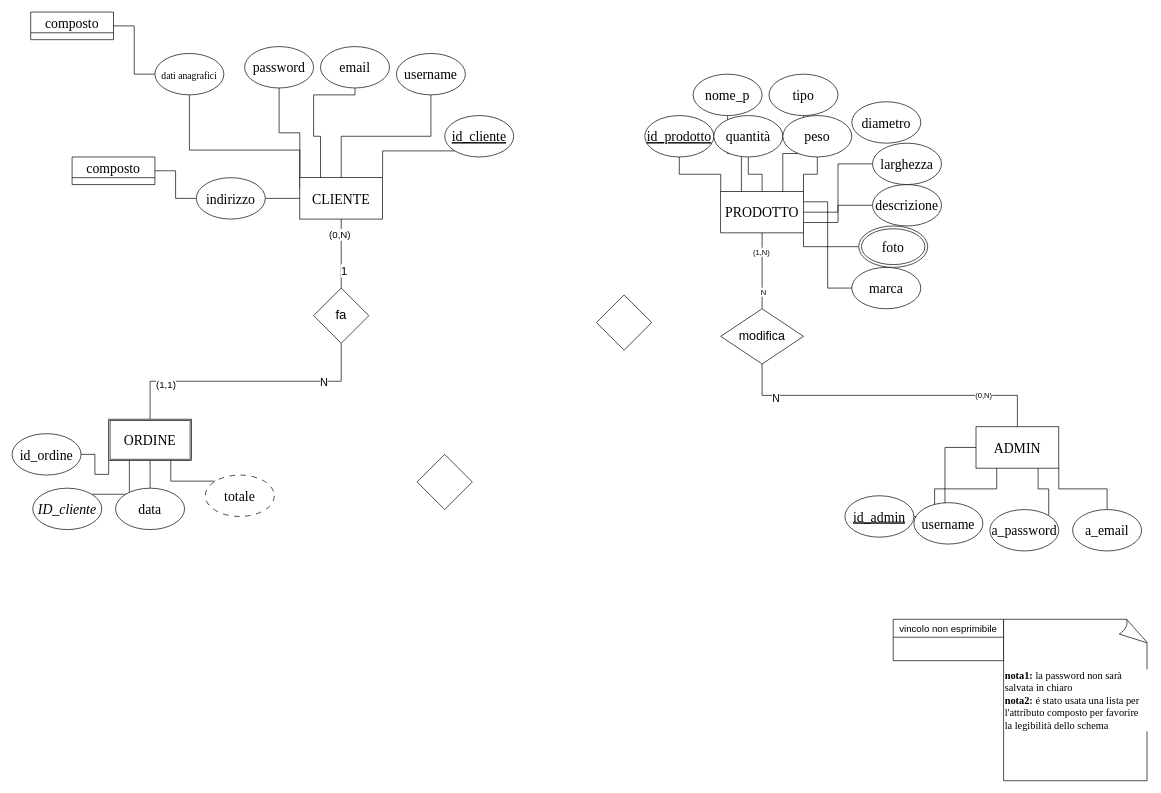
Before: PumpGoDB/Diagramma senza titolo.drawio in neuger24/Pump-Go, a draw.io diagram. Source tidied: cells renumbered, new cells numbered last; positions are measured from the earlier drawing's top-left corner, leaving out a move shared by most shapes. Both pictures are drawn from the tidied source at 69%, with x=0, y=0 at pixel (12, 12).
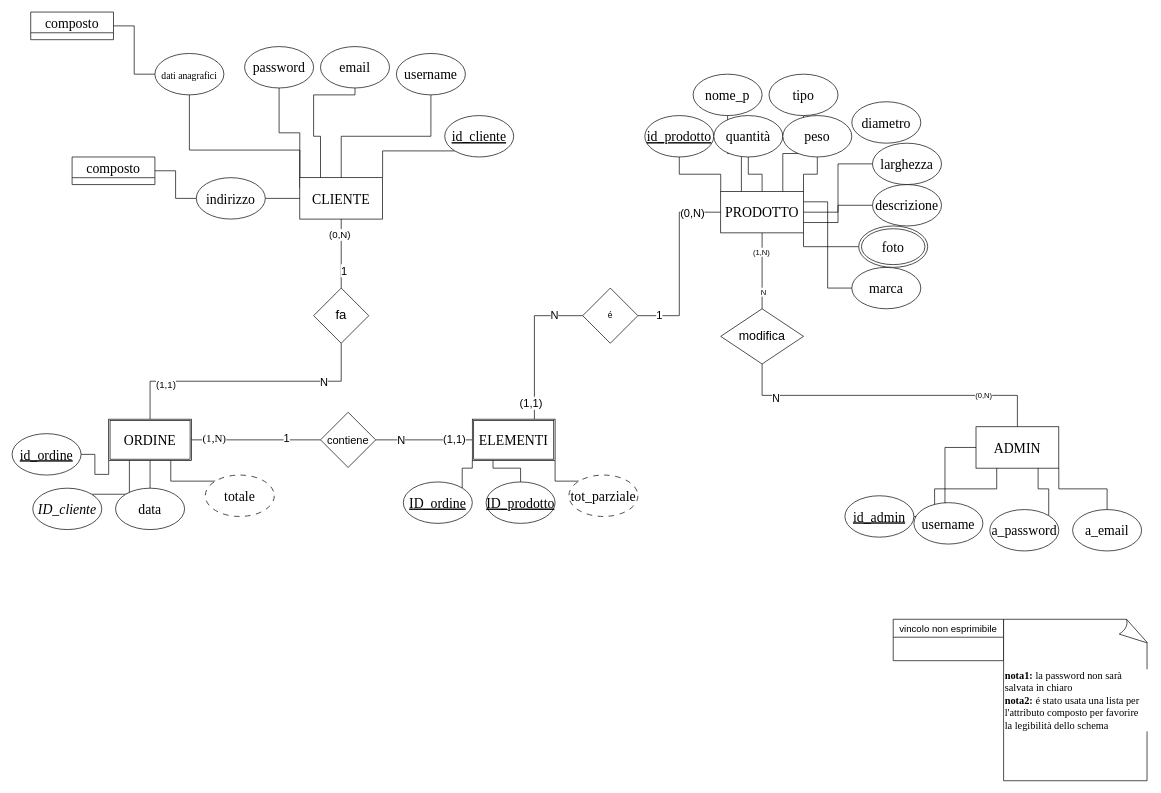
The same page after the edit.

Commit message:
modifica PumpGoDB/Diagramma senza titolo.drawio

Unchanged cells that the change refers to:
```xml
<mxCell id="29" value="PRODOTTO" style="rounded=0;whiteSpace=wrap;html=1;strokeColor=default;align=center;verticalAlign=middle;fontFamily=Times New Roman;fontSize=20;fontColor=default;labelBackgroundColor=default;fillColor=default;" parent="1" vertex="1">
  <mxGeometry x="1027" y="260" width="120" height="60" as="geometry" />
</mxCell>
<mxCell id="64" value="ORDINE" style="shape=ext;double=1;rounded=0;whiteSpace=wrap;html=1;fontFamily=Times New Roman;fontSize=20;fontColor=default;labelBackgroundColor=default;" parent="1" vertex="1">
  <mxGeometry x="140" y="590" width="120" height="60" as="geometry" />
</mxCell>
```

Change to the diagram source:
```diff
@@
-    <mxCell id="66" value="id_ordine" style="ellipse;whiteSpace=wrap;html=1;fontSize=20;fontFamily=Times New Roman;" parent="1" vertex="1">
+    <mxCell id="66" value="id_ordine" style="ellipse;whiteSpace=wrap;html=1;fontSize=20;fontFamily=Times New Roman;fontStyle=4;" parent="1" vertex="1">
       <mxGeometry y="611" width="100" height="60" as="geometry" />
     </mxCell>
@@
+    <mxCell id="75" style="edgeStyle=orthogonalEdgeStyle;rounded=0;jettySize=auto;html=1;exitX=0;exitY=0.5;exitDx=0;exitDy=0;endArrow=none;endFill=0;entryX=1;entryY=0.5;entryDx=0;entryDy=0;" parent="1" edge="1" source="73" target="64">
+      <mxGeometry relative="1" as="geometry" />
+    </mxCell>
+    <mxCell id="76" value="&lt;font face=&quot;Times New Roman&quot; style=&quot;font-size: 16px;&quot;&gt;(1,N)&lt;/font&gt;" style="edgeLabel;html=1;align=center;verticalAlign=middle;" parent="75" vertex="1">
+      <mxGeometry x="0.66" y="-3" relative="1" as="geometry" />
+    </mxCell>
+    <mxCell id="77" value="&lt;font style=&quot;font-size: 16px;&quot;&gt;1&lt;/font&gt;" style="edgeLabel;html=1;align=center;verticalAlign=middle;fontFamily=Helvetica;fontSize=11;fontColor=default;labelBackgroundColor=default;" parent="75" vertex="1">
+      <mxGeometry x="-0.46" y="-4" relative="1" as="geometry" />
+    </mxCell>
-    <mxCell id="73" style="rhombus;whiteSpace=wrap;html=1;" parent="1" vertex="1">
-      <mxGeometry x="587" y="641" width="80" height="80" as="geometry" />
+    <mxCell id="73" value="&lt;font style=&quot;font-size: 16px;&quot;&gt;contiene&lt;/font&gt;" style="rhombus;whiteSpace=wrap;html=1;" parent="1" vertex="1">
+      <mxGeometry x="447" y="580" width="80" height="80" as="geometry" />
     </mxCell>
+    <mxCell id="78" style="edgeStyle=orthogonalEdgeStyle;rounded=0;jettySize=auto;html=1;exitX=1;exitY=0.5;exitDx=0;exitDy=0;entryX=0;entryY=0.5;entryDx=0;entryDy=0;endArrow=none;endFill=0;fontSize=16;" parent="1" edge="1" source="74" target="29">
+      <mxGeometry relative="1" as="geometry" />
+    </mxCell>
+    <mxCell id="79" value="&lt;font style=&quot;font-size: 16px;&quot;&gt;(0,N)&lt;/font&gt;" style="edgeLabel;html=1;align=center;verticalAlign=middle;fontFamily=Helvetica;fontSize=11;fontColor=default;labelBackgroundColor=default;" parent="78" vertex="1">
+      <mxGeometry x="0.69" y="-1" relative="1" as="geometry" />
+    </mxCell>
+    <mxCell id="80" value="&lt;font style=&quot;font-size: 16px;&quot;&gt;1&lt;/font&gt;" style="edgeLabel;html=1;align=center;verticalAlign=middle;fontFamily=Helvetica;fontSize=11;fontColor=default;labelBackgroundColor=default;" parent="78" vertex="1">
+      <mxGeometry x="-0.78" y="2" relative="1" as="geometry" />
+    </mxCell>
-    <mxCell id="74" style="rhombus;whiteSpace=wrap;html=1;" parent="1" vertex="1">
-      <mxGeometry x="847" y="410" width="80" height="80" as="geometry" />
+    <mxCell id="74" value="é" style="rhombus;whiteSpace=wrap;html=1;" parent="1" vertex="1">
+      <mxGeometry x="827" y="400" width="80" height="80" as="geometry" />
     </mxCell>
+    <mxCell id="81" style="edgeStyle=orthogonalEdgeStyle;rounded=0;jettySize=auto;html=1;exitX=0.75;exitY=0;exitDx=0;exitDy=0;entryX=0;entryY=0.5;entryDx=0;entryDy=0;endArrow=none;endFill=0;fontSize=16;" parent="1" edge="1" source="87" target="74">
+      <mxGeometry relative="1" as="geometry" />
+    </mxCell>
+    <mxCell id="82" value="&lt;font style=&quot;font-size: 16px;&quot;&gt;(1,1)&lt;/font&gt;" style="edgeLabel;html=1;align=center;verticalAlign=middle;fontFamily=Helvetica;fontSize=11;fontColor=default;labelBackgroundColor=default;" parent="81" vertex="1">
+      <mxGeometry x="-0.78" y="6" relative="1" as="geometry" />
+    </mxCell>
+    <mxCell id="83" value="&lt;font style=&quot;font-size: 16px;&quot;&gt;N&lt;/font&gt;" style="edgeLabel;html=1;align=center;verticalAlign=middle;fontFamily=Helvetica;fontSize=11;fontColor=default;labelBackgroundColor=default;" parent="81" vertex="1">
+      <mxGeometry x="0.62" y="2" relative="1" as="geometry" />
+    </mxCell>
+    <mxCell id="84" style="edgeStyle=orthogonalEdgeStyle;rounded=0;jettySize=auto;html=1;exitX=0;exitY=0.5;exitDx=0;exitDy=0;entryX=1;entryY=0.5;entryDx=0;entryDy=0;endArrow=none;endFill=0;" parent="1" edge="1" source="87" target="73">
+      <mxGeometry relative="1" as="geometry" />
+    </mxCell>
+    <mxCell id="85" value="&lt;font style=&quot;font-size: 16px;&quot;&gt;(1,1)&lt;/font&gt;" style="edgeLabel;html=1;align=center;verticalAlign=middle;fontFamily=Helvetica;fontSize=11;fontColor=default;labelBackgroundColor=default;" parent="84" vertex="1">
+      <mxGeometry x="-0.62" y="-2" relative="1" as="geometry" />
+    </mxCell>
+    <mxCell id="86" value="&lt;font style=&quot;font-size: 16px;&quot;&gt;N&lt;/font&gt;" style="edgeLabel;html=1;align=center;verticalAlign=middle;fontFamily=Helvetica;fontSize=11;fontColor=default;labelBackgroundColor=default;" parent="84" vertex="1">
+      <mxGeometry x="0.49" y="-1" relative="1" as="geometry" />
+    </mxCell>
+    <mxCell id="87" value="ELEMENTI" style="shape=ext;double=1;rounded=0;whiteSpace=wrap;html=1;fontFamily=Times New Roman;fontSize=20;fontColor=default;labelBackgroundColor=default;" parent="1" vertex="1">
+      <mxGeometry x="667" y="590" width="120" height="60" as="geometry" />
+    </mxCell>
+    <mxCell id="88" style="edgeStyle=orthogonalEdgeStyle;rounded=0;jettySize=auto;html=1;exitX=0.5;exitY=0;exitDx=0;exitDy=0;entryX=0.25;entryY=1;entryDx=0;entryDy=0;endArrow=none;endFill=0;" parent="1" edge="1" source="89" target="87">
+      <mxGeometry relative="1" as="geometry" />
+    </mxCell>
+    <mxCell id="89" value="ID_prodotto" style="ellipse;whiteSpace=wrap;html=1;fontSize=20;fontFamily=Times New Roman;fontStyle=4;" parent="1" vertex="1">
+      <mxGeometry x="687" y="681" width="100" height="60" as="geometry" />
+    </mxCell>
+    <mxCell id="90" style="edgeStyle=orthogonalEdgeStyle;rounded=0;jettySize=auto;html=1;exitX=1;exitY=0;exitDx=0;exitDy=0;entryX=0;entryY=1;entryDx=0;entryDy=0;endArrow=none;endFill=0;" parent="1" edge="1" source="91" target="87">
+      <mxGeometry relative="1" as="geometry" />
+    </mxCell>
+    <mxCell id="91" value="ID_ordine" style="ellipse;whiteSpace=wrap;html=1;fontSize=20;fontFamily=Times New Roman;fontStyle=4;" parent="1" vertex="1">
+      <mxGeometry x="567" y="681" width="100" height="60" as="geometry" />
+    </mxCell>
+    <mxCell id="92" style="edgeStyle=orthogonalEdgeStyle;rounded=0;jettySize=auto;html=1;exitX=0;exitY=0;exitDx=0;exitDy=0;entryX=1;entryY=1;entryDx=0;entryDy=0;endArrow=none;endFill=0;" parent="1" edge="1" source="93" target="87">
+      <mxGeometry relative="1" as="geometry" />
+    </mxCell>
+    <mxCell id="93" value="tot_parziale" style="ellipse;whiteSpace=wrap;html=1;fontSize=20;fontFamily=Times New Roman;dashed=1;dashPattern=8 8;" parent="1" vertex="1">
+      <mxGeometry x="807" y="671" width="100" height="60" as="geometry" />
+    </mxCell>
```
